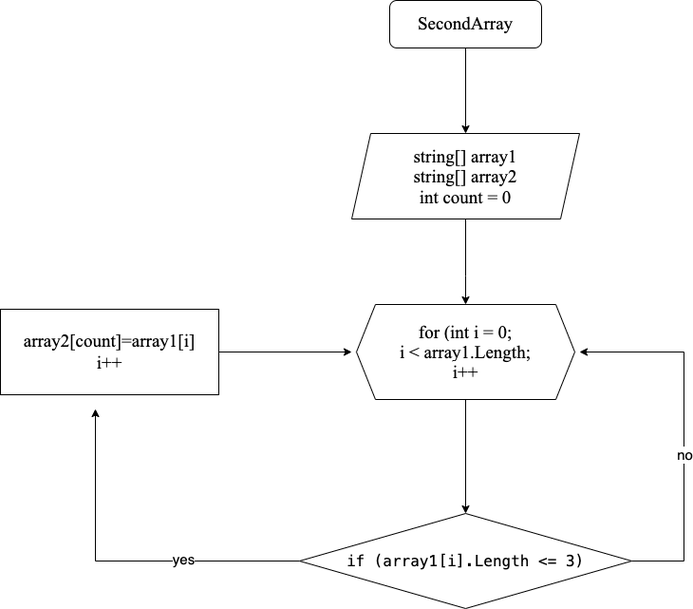
Earlier version of the draw.io export Диаграмма без названия.drawio.png (dmitriytimoshenko73/Final_homework). Source tidied: cells renumbered, new cells last; positions are measured from the earlier drawing's top-left corner, leaving out a move shared by most shapes.
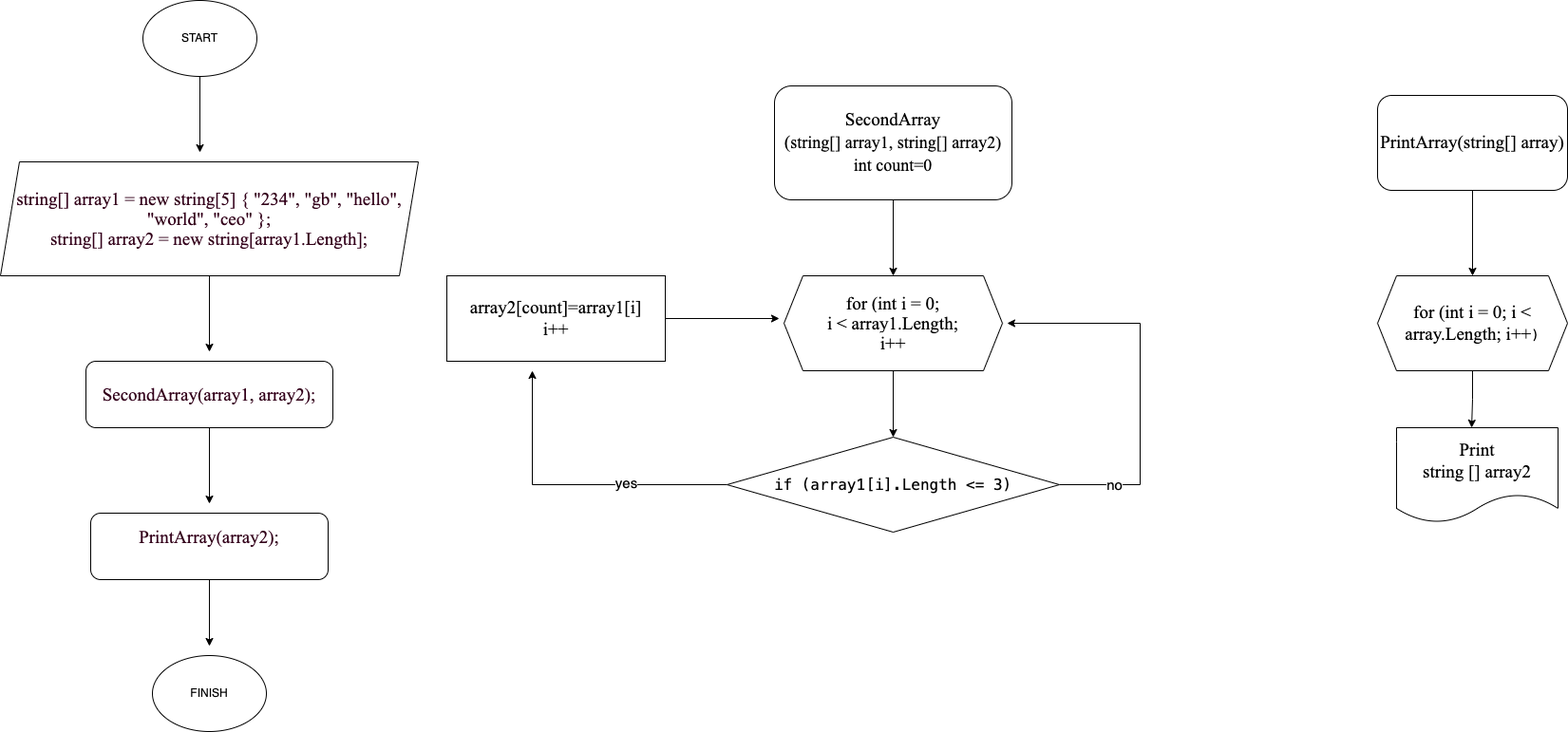
After the commit.

Diff of the diagram source:
```diff
@@ -2,59 +2,100 @@
   <root>
     <mxCell id="0" />
     <mxCell id="1" parent="0" />
-    <mxCell id="2" style="edgeStyle=orthogonalEdgeStyle;rounded=0;jettySize=auto;html=1;entryX=0.5;entryY=0;entryDx=0;entryDy=0;" parent="1" edge="1" source="3" target="5">
-      <mxGeometry relative="1" as="geometry" />
-    </mxCell>
+    <mxCell id="15" style="edgeStyle=orthogonalEdgeStyle;rounded=0;jettySize=auto;html=1;entryX=0.5;entryY=0;entryDx=0;entryDy=0;" parent="1" edge="1" source="3" target="7">
+      <mxGeometry relative="1" as="geometry" />
+    </mxCell>
-    <mxCell id="3" value="&lt;div style=&quot;line-height: 21px;&quot;&gt;&lt;span style=&quot;background-color: rgb(255, 255, 255);&quot;&gt;&lt;font style=&quot;font-size: 19px;&quot; face=&quot;Times New Roman&quot;&gt;SecondArray&lt;/font&gt;&lt;/span&gt;&lt;/div&gt;" style="rounded=1;whiteSpace=wrap;html=1;" parent="1" vertex="1">
-      <mxGeometry x="410" width="160" height="50" as="geometry" />
+    <mxCell id="3" value="&lt;div style=&quot;line-height: 21px;&quot;&gt;&lt;font style=&quot;font-size: 19px; background-color: rgb(255, 255, 255);&quot; face=&quot;Times New Roman&quot;&gt;SecondArray&lt;/font&gt;&lt;/div&gt;&lt;div style=&quot;line-height: 21px;&quot;&gt;&lt;span style=&quot;background-color: rgb(255, 255, 255); font-size: 18px;&quot;&gt;&lt;font style=&quot;font-size: 18px;&quot; face=&quot;Times New Roman&quot;&gt;&lt;font style=&quot;font-size: 19px;&quot;&gt;(&lt;/font&gt;string&lt;span style=&quot;&quot;&gt;[] &lt;/span&gt;&lt;span style=&quot;&quot;&gt;array1&lt;/span&gt;&lt;span style=&quot;&quot;&gt;, &lt;/span&gt;&lt;span style=&quot;&quot;&gt;string&lt;/span&gt;&lt;span style=&quot;&quot;&gt;[] &lt;/span&gt;&lt;span style=&quot;&quot;&gt;array2)&lt;/span&gt;&lt;/font&gt;&lt;/span&gt;&lt;/div&gt;&lt;div style=&quot;line-height: 21px;&quot;&gt;&lt;span style=&quot;background-color: rgb(255, 255, 255); font-size: 18px;&quot;&gt;&lt;font style=&quot;font-size: 18px;&quot; face=&quot;Times New Roman&quot;&gt;&lt;span style=&quot;&quot;&gt;int count=0&lt;/span&gt;&lt;/font&gt;&lt;/span&gt;&lt;/div&gt;" style="rounded=1;whiteSpace=wrap;html=1;" parent="1" vertex="1">
+      <mxGeometry x="355" y="-30" width="250" height="120" as="geometry" />
     </mxCell>
-    <mxCell id="4" style="edgeStyle=orthogonalEdgeStyle;rounded=0;jettySize=auto;html=1;entryX=0.5;entryY=0;entryDx=0;entryDy=0;" parent="1" edge="1" source="5" target="7">
-      <mxGeometry relative="1" as="geometry">
-        <Array as="points">
-          <mxPoint x="490" y="290" />
-          <mxPoint x="490" y="290" />
-        </Array>
-      </mxGeometry>
-    </mxCell>
-    <mxCell id="5" value="&lt;div style=&quot;line-height: 21px; font-size: 19px;&quot;&gt;&lt;span style=&quot;background-color: rgb(255, 255, 255);&quot;&gt;&lt;font style=&quot;font-size: 19px;&quot; face=&quot;Times New Roman&quot;&gt;string[] array1&lt;/font&gt;&lt;/span&gt;&lt;/div&gt;&lt;div style=&quot;line-height: 21px; font-size: 19px;&quot;&gt;&lt;font style=&quot;font-size: 19px;&quot; face=&quot;Times New Roman&quot;&gt;string[] array2&lt;/font&gt;&lt;span style=&quot;font-size: 18px; background-color: rgb(255, 255, 255);&quot;&gt;&lt;font style=&quot;font-size: 18px;&quot; face=&quot;Times New Roman&quot;&gt;&lt;br&gt;&lt;/font&gt;&lt;/span&gt;&lt;/div&gt;&lt;div style=&quot;line-height: 21px; font-size: 19px;&quot;&gt;&lt;font style=&quot;font-size: 19px;&quot; face=&quot;Times New Roman&quot;&gt;int count = 0&lt;/font&gt;&lt;/div&gt;" style="shape=parallelogram;perimeter=parallelogramPerimeter;whiteSpace=wrap;html=1;fixedSize=1;" parent="1" vertex="1">
-      <mxGeometry x="370" y="140" width="240" height="90" as="geometry" />
-    </mxCell>
     <mxCell id="6" style="edgeStyle=orthogonalEdgeStyle;rounded=0;jettySize=auto;html=1;entryX=0.5;entryY=0;entryDx=0;entryDy=0;" parent="1" edge="1" source="7" target="12">
       <mxGeometry relative="1" as="geometry" />
     </mxCell>
     <mxCell id="7" value="&lt;div style=&quot;line-height: 21px; font-size: 19px;&quot;&gt;&lt;span style=&quot;background-color: rgb(255, 255, 255);&quot;&gt;&lt;font style=&quot;font-size: 19px;&quot; face=&quot;Times New Roman&quot;&gt;for (int i = 0;&lt;/font&gt;&lt;/span&gt;&lt;/div&gt;&lt;div style=&quot;line-height: 21px; font-size: 19px;&quot;&gt;&lt;span style=&quot;background-color: rgb(255, 255, 255);&quot;&gt;&lt;font style=&quot;font-size: 19px;&quot; face=&quot;Times New Roman&quot;&gt;&amp;nbsp;i &amp;lt; array1.Length;&amp;nbsp;&lt;/font&gt;&lt;/span&gt;&lt;/div&gt;&lt;div style=&quot;line-height: 21px; font-size: 19px;&quot;&gt;&lt;span style=&quot;background-color: rgb(255, 255, 255);&quot;&gt;&lt;font style=&quot;font-size: 19px;&quot; face=&quot;Times New Roman&quot;&gt;i++&lt;/font&gt;&lt;/span&gt;&lt;/div&gt;" style="shape=hexagon;perimeter=hexagonPerimeter2;whiteSpace=wrap;html=1;fixedSize=1;" parent="1" vertex="1">
-      <mxGeometry x="375" y="320" width="230" height="100" as="geometry" />
+      <mxGeometry x="365" y="170" width="230" height="100" as="geometry" />
     </mxCell>
     <mxCell id="8" style="edgeStyle=orthogonalEdgeStyle;rounded=0;jettySize=auto;html=1;" parent="1" edge="1" source="12">
       <mxGeometry relative="1" as="geometry">
-        <mxPoint x="100" y="430" as="targetPoint" />
+        <mxPoint x="100" y="270" as="targetPoint" />
       </mxGeometry>
     </mxCell>
     <mxCell id="9" value="&lt;font style=&quot;font-size: 15px;&quot;&gt;yes&lt;/font&gt;" style="edgeLabel;html=1;align=center;verticalAlign=middle;" parent="8" vertex="1">
       <mxGeometry x="-0.34" y="-3" relative="1" as="geometry" />
     </mxCell>
-    <mxCell id="10" style="edgeStyle=orthogonalEdgeStyle;rounded=0;jettySize=auto;html=1;" parent="1" edge="1" source="12">
-      <mxGeometry relative="1" as="geometry">
-        <mxPoint x="610" y="370" as="targetPoint" />
-        <Array as="points">
-          <mxPoint x="720" y="590" />
-          <mxPoint x="720" y="370" />
-        </Array>
-      </mxGeometry>
-    </mxCell>
+    <mxCell id="16" style="edgeStyle=orthogonalEdgeStyle;rounded=0;jettySize=auto;html=1;" parent="1" edge="1" source="12">
+      <mxGeometry relative="1" as="geometry">
+        <mxPoint x="600" y="220" as="targetPoint" />
+        <Array as="points">
+          <mxPoint x="740" y="390" />
+          <mxPoint x="740" y="220" />
+        </Array>
+      </mxGeometry>
+    </mxCell>
-    <mxCell id="11" value="&lt;font style=&quot;font-size: 15px;&quot;&gt;no&lt;/font&gt;" style="edgeLabel;html=1;align=center;verticalAlign=middle;" parent="10" vertex="1">
-      <mxGeometry x="-0.13" relative="1" as="geometry" />
+    <mxCell id="11" value="&lt;font style=&quot;font-size: 15px;&quot;&gt;no&lt;/font&gt;" style="edgeLabel;html=1;align=center;verticalAlign=middle;" parent="16" vertex="1">
+      <mxGeometry x="-0.71" y="2" relative="1" as="geometry">
+        <mxPoint y="1" as="offset" />
+      </mxGeometry>
     </mxCell>
     <mxCell id="12" value="&lt;div style=&quot;font-family: Menlo, Monaco, &amp;quot;Courier New&amp;quot;, monospace; font-size: 16px; line-height: 21px;&quot;&gt;&lt;span style=&quot;background-color: rgb(255, 255, 255);&quot;&gt;if (array1[i].Length &amp;lt;= 3)&lt;/span&gt;&lt;/div&gt;" style="rhombus;whiteSpace=wrap;html=1;" parent="1" vertex="1">
-      <mxGeometry x="315" y="540" width="350" height="100" as="geometry" />
+      <mxGeometry x="305" y="340" width="350" height="100" as="geometry" />
     </mxCell>
-    <mxCell id="13" style="edgeStyle=orthogonalEdgeStyle;rounded=0;jettySize=auto;html=1;" parent="1" edge="1" source="14">
-      <mxGeometry relative="1" as="geometry">
-        <mxPoint x="370" y="370" as="targetPoint" />
-      </mxGeometry>
-    </mxCell>
+    <mxCell id="17" style="edgeStyle=orthogonalEdgeStyle;rounded=0;jettySize=auto;html=1;" parent="1" edge="1" source="14">
+      <mxGeometry relative="1" as="geometry">
+        <mxPoint x="360" y="215" as="targetPoint" />
+      </mxGeometry>
+    </mxCell>
     <mxCell id="14" value="&lt;font style=&quot;font-size: 19px;&quot; face=&quot;Times New Roman&quot;&gt;array2[count]=array1[i]&lt;br&gt;i++&lt;/font&gt;" style="rounded=0;whiteSpace=wrap;html=1;" parent="1" vertex="1">
-      <mxGeometry y="325" width="230" height="90" as="geometry" />
+      <mxGeometry x="10" y="170" width="230" height="90" as="geometry" />
     </mxCell>
+    <mxCell id="18" style="edgeStyle=orthogonalEdgeStyle;rounded=0;jettySize=auto;html=1;entryX=0.5;entryY=0;entryDx=0;entryDy=0;" parent="1" edge="1" source="19" target="21">
+      <mxGeometry relative="1" as="geometry" />
+    </mxCell>
+    <mxCell id="19" value="&lt;div style=&quot;font-weight: normal; line-height: 21px;&quot;&gt;&lt;div style=&quot;&quot;&gt;&lt;span style=&quot;background-color: rgb(255, 255, 255);&quot;&gt;&lt;font style=&quot;font-size: 19px;&quot; face=&quot;Times New Roman&quot;&gt;PrintArray(string[] array)&lt;/font&gt;&lt;/span&gt;&lt;/div&gt;&lt;/div&gt;" style="rounded=1;whiteSpace=wrap;html=1;" parent="1" vertex="1">
+      <mxGeometry x="990" y="-20" width="200" height="100" as="geometry" />
+    </mxCell>
+    <mxCell id="20" style="edgeStyle=orthogonalEdgeStyle;rounded=0;jettySize=auto;html=1;entryX=0.465;entryY=0;entryDx=0;entryDy=0;entryPerimeter=0;" parent="1" edge="1" source="21" target="22">
+      <mxGeometry relative="1" as="geometry" />
+    </mxCell>
+    <mxCell id="21" value="&lt;div style=&quot;font-weight: normal; font-size: 14px; line-height: 21px;&quot;&gt;&lt;div style=&quot;&quot;&gt;&lt;span style=&quot;background-color: rgb(255, 255, 255);&quot;&gt;&lt;span style=&quot;font-size: 19px;&quot;&gt;&lt;font face=&quot;Times New Roman&quot; style=&quot;font-size: 19px;&quot;&gt;for (int i = 0; i &amp;lt; array.Length; i++&lt;/font&gt;&lt;/span&gt;&lt;span style=&quot;font-family: Menlo, Monaco, &amp;quot;Courier New&amp;quot;, monospace;&quot;&gt;)&lt;/span&gt;&lt;/span&gt;&lt;/div&gt;&lt;/div&gt;" style="shape=hexagon;perimeter=hexagonPerimeter2;whiteSpace=wrap;html=1;fixedSize=1;" parent="1" vertex="1">
+      <mxGeometry x="990" y="170" width="200" height="100" as="geometry" />
+    </mxCell>
+    <mxCell id="22" value="&lt;font style=&quot;font-size: 19px;&quot; face=&quot;Times New Roman&quot;&gt;Print&lt;br&gt;string [] array2&lt;/font&gt;" style="shape=document;whiteSpace=wrap;html=1;boundedLbl=1;" parent="1" vertex="1">
+      <mxGeometry x="1010" y="330" width="170" height="100" as="geometry" />
+    </mxCell>
+    <mxCell id="23" style="edgeStyle=orthogonalEdgeStyle;rounded=0;jettySize=auto;html=1;" parent="1" edge="1" source="24">
+      <mxGeometry relative="1" as="geometry">
+        <mxPoint x="-250" y="40" as="targetPoint" />
+      </mxGeometry>
+    </mxCell>
+    <mxCell id="24" value="START" style="ellipse;whiteSpace=wrap;html=1;" parent="1" vertex="1">
+      <mxGeometry x="-310" y="-120" width="120" height="80" as="geometry" />
+    </mxCell>
+    <mxCell id="25" style="edgeStyle=orthogonalEdgeStyle;rounded=0;jettySize=auto;html=1;" parent="1" edge="1" source="26">
+      <mxGeometry relative="1" as="geometry">
+        <mxPoint x="-240" y="410" as="targetPoint" />
+      </mxGeometry>
+    </mxCell>
+    <mxCell id="26" value="&lt;div style=&quot;font-weight: normal; font-size: 14px; line-height: 21px;&quot;&gt;&lt;div style=&quot;font-size: 19px;&quot;&gt;&lt;font face=&quot;Times New Roman&quot; style=&quot;background-color: rgb(255, 255, 255); font-size: 19px;&quot; color=&quot;#33001a&quot;&gt;SecondArray(array1, array2);&lt;/font&gt;&lt;/div&gt;&lt;/div&gt;" style="rounded=1;whiteSpace=wrap;html=1;" parent="1" vertex="1">
+      <mxGeometry x="-370" y="260" width="260" height="70" as="geometry" />
+    </mxCell>
+    <mxCell id="27" style="edgeStyle=orthogonalEdgeStyle;rounded=0;jettySize=auto;html=1;" parent="1" edge="1" source="28">
+      <mxGeometry relative="1" as="geometry">
+        <mxPoint x="-240" y="560" as="targetPoint" />
+      </mxGeometry>
+    </mxCell>
+    <mxCell id="28" value="&lt;div style=&quot;font-weight: normal; font-size: 19px; line-height: 21px;&quot;&gt;&lt;div style=&quot;&quot;&gt;&lt;font face=&quot;Times New Roman&quot; style=&quot;background-color: rgb(255, 255, 255); font-size: 19px;&quot; color=&quot;#33001a&quot;&gt;PrintArray(array2);&lt;/font&gt;&lt;/div&gt;&lt;br&gt;&lt;/div&gt;" style="rounded=1;whiteSpace=wrap;html=1;" parent="1" vertex="1">
+      <mxGeometry x="-365" y="420" width="250" height="70" as="geometry" />
+    </mxCell>
+    <mxCell id="29" value="FINISH" style="ellipse;whiteSpace=wrap;html=1;" parent="1" vertex="1">
+      <mxGeometry x="-300" y="570" width="120" height="80" as="geometry" />
+    </mxCell>
+    <mxCell id="30" style="edgeStyle=orthogonalEdgeStyle;rounded=0;jettySize=auto;html=1;" parent="1" edge="1" source="31">
+      <mxGeometry relative="1" as="geometry">
+        <mxPoint x="-240" y="250" as="targetPoint" />
+      </mxGeometry>
+    </mxCell>
+    <mxCell id="31" value="&lt;div style=&quot;font-weight: normal; font-size: 19px; line-height: 21px;&quot;&gt;&lt;div style=&quot;&quot;&gt;&lt;font face=&quot;Times New Roman&quot; style=&quot;background-color: rgb(255, 255, 255); font-size: 19px;&quot; color=&quot;#33001a&quot;&gt;string[] array1 = new string[5] { &quot;234&quot;, &quot;gb&quot;, &quot;hello&quot;, &quot;world&quot;, &quot;ceo&quot; };&lt;/font&gt;&lt;/div&gt;&lt;div style=&quot;&quot;&gt;&lt;font face=&quot;Times New Roman&quot; style=&quot;background-color: rgb(255, 255, 255); font-size: 19px;&quot; color=&quot;#33001a&quot;&gt;string[] array2 = new string[array1.Length];&lt;/font&gt;&lt;/div&gt;&lt;/div&gt;" style="shape=parallelogram;perimeter=parallelogramPerimeter;whiteSpace=wrap;html=1;fixedSize=1;" parent="1" vertex="1">
+      <mxGeometry x="-460" y="50" width="440" height="120" as="geometry" />
+    </mxCell>
   </root>
 </mxGraphModel>
```
